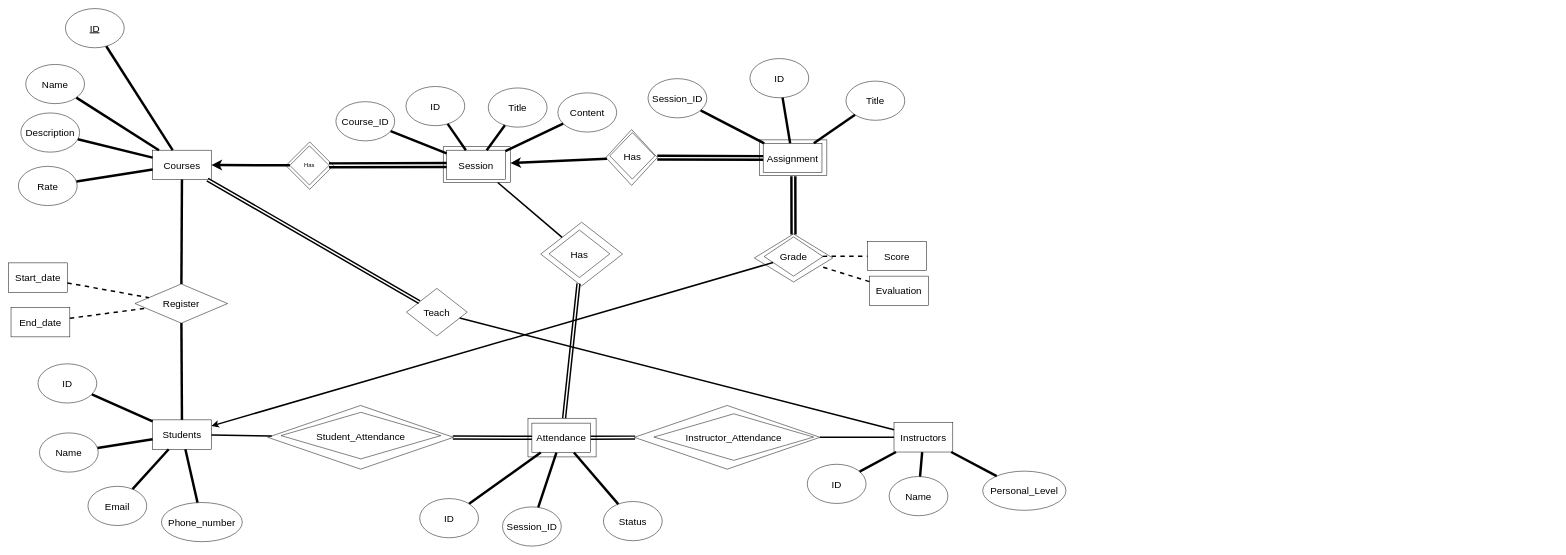
SadNguyen2107/Training-Center-Management-System keeps this draw.io diagram as design.drawio. Above is the earlier version. Source tidied: cells renumbered, new cells numbered last; positions are measured from the earlier drawing's top-left corner, leaving out a move shared by most shapes. Both pictures are drawn from the tidied source at 49%, with x=0, y=0 at pixel (8, 8).
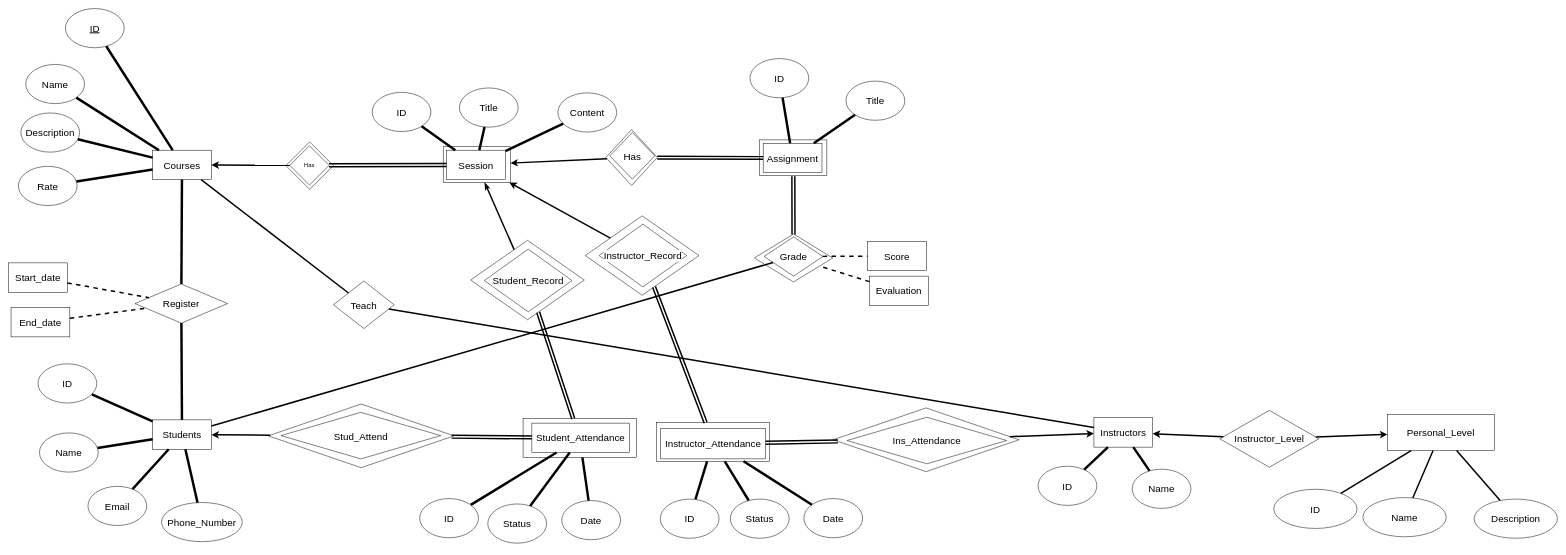
After the change.

Commit message (it also covers changes not shown here):
Split Attendance -> Instructor Attendance && Student Attendance

The change refers to these unchanged cells:
```xml
<mxCell id="25" value="Students" style="rounded=0;whiteSpace=wrap;labelBackgroundColor=#FFFFFF;fontSize=20;html=1;labelBorderColor=none;fillColor=none;strokeColor=#000000;fontColor=#000000;" parent="1" vertex="1">
  <mxGeometry x="294" y="839.4" width="120" height="60" as="geometry" />
</mxCell>
<mxCell id="40" value="Courses" style="rounded=0;whiteSpace=wrap;labelBackgroundColor=#FFFFFF;fontSize=20;html=1;labelBorderColor=none;fillColor=none;strokeColor=#000000;fontColor=#000000;" parent="1" vertex="1">
  <mxGeometry x="294" y="289" width="120" height="60" as="geometry" />
</mxCell>
<mxCell id="61" value="&lt;font color=&quot;#000000&quot;&gt;Has&lt;/font&gt;" style="rhombus;whiteSpace=wrap;html=1;fillColor=#FFFFFF;strokeColor=#000000;" parent="1" vertex="1">
  <mxGeometry x="574" y="280" width="80" height="80" as="geometry" />
</mxCell>
<mxCell id="63" value="Session" style="rounded=0;whiteSpace=wrap;labelBackgroundColor=#FFFFFF;fontSize=20;html=1;labelBorderColor=none;fillColor=none;strokeColor=#000000;fontColor=#000000;" parent="1" vertex="1">
  <mxGeometry x="894" y="289" width="120" height="60" as="geometry" />
</mxCell>
<mxCell id="65" style="rounded=0;whiteSpace=wrap;labelBackgroundColor=#FFFFFF;fontSize=20;html=1;labelBorderColor=none;fillColor=none;strokeColor=#000000;fontColor=#000000;" parent="1" vertex="1">
  <mxGeometry x="887" y="282" width="137" height="73" as="geometry" />
</mxCell>
<mxCell id="66" style="rhombus;whiteSpace=wrap;html=1;fillColor=none;strokeColor=#000000;" parent="1" vertex="1">
  <mxGeometry x="1219" y="247" width="105" height="114" as="geometry" />
</mxCell>
<mxCell id="69" value="Assignment" style="rounded=0;whiteSpace=wrap;labelBackgroundColor=#FFFFFF;fontSize=20;html=1;labelBorderColor=none;fillColor=none;strokeColor=#000000;fontColor=#000000;" parent="1" vertex="1">
  <mxGeometry x="1540" y="275" width="120" height="60" as="geometry" />
</mxCell>
<mxCell id="71" value="Grade" style="rhombus;whiteSpace=wrap;labelBackgroundColor=#FFFFFF;fontSize=20;html=1;labelBorderColor=none;fillColor=none;strokeColor=#000000;fontColor=#000000;" parent="1" vertex="1">
  <mxGeometry x="1542" y="466" width="120" height="80" as="geometry" />
</mxCell>
```

Change to the diagram source:
```diff
@@
-    <mxCell id="2" style="edgeStyle=none;endArrow=none;endFill=0;shape=link;fontColor=#000000;labelBackgroundColor=#FFFFFF;fontSize=20;html=1;labelBorderColor=none;strokeColor=#000000;strokeWidth=5;" parent="1" edge="1" source="61" target="63">
+    <mxCell id="2" style="edgeStyle=none;endArrow=none;endFill=0;shape=link;fontColor=#000000;labelBackgroundColor=#FFFFFF;fontSize=20;html=1;labelBorderColor=none;strokeColor=#000000;strokeWidth=3;" parent="1" edge="1" source="61" target="63">
       <mxGeometry relative="1" as="geometry" />
     </mxCell>
-    <mxCell id="3" style="edgeStyle=none;endArrow=none;endFill=0;fontColor=#000000;labelBackgroundColor=#FFFFFF;fontSize=20;html=1;labelBorderColor=none;strokeColor=#000000;strokeWidth=5;startArrow=classic;startFill=1;" parent="1" edge="1" source="40" target="61">
+    <mxCell id="3" style="edgeStyle=none;endArrow=none;endFill=0;fontColor=#000000;labelBackgroundColor=#FFFFFF;fontSize=20;html=1;labelBorderColor=none;strokeColor=#000000;strokeWidth=3;startArrow=classic;startFill=1;" parent="1" edge="1" source="40" target="61">
       <mxGeometry relative="1" as="geometry" />
     </mxCell>
-    <mxCell id="4" style="edgeStyle=none;endArrow=classic;endFill=1;fontColor=#000000;labelBackgroundColor=#FFFFFF;fontSize=20;html=1;labelBorderColor=none;strokeColor=#000000;strokeWidth=5;startArrow=none;startFill=0;" parent="1" edge="1" source="66" target="65">
+    <mxCell id="4" style="edgeStyle=none;endArrow=classic;endFill=1;fontColor=#000000;labelBackgroundColor=#FFFFFF;fontSize=20;html=1;labelBorderColor=none;strokeColor=#000000;strokeWidth=3;startArrow=none;startFill=0;" parent="1" edge="1" source="66" target="65">
       <mxGeometry relative="1" as="geometry" />
     </mxCell>
-    <mxCell id="5" style="edgeStyle=none;endArrow=none;endFill=0;shape=link;width=3.333333333333334;fontColor=#000000;labelBackgroundColor=#FFFFFF;fontSize=20;html=1;labelBorderColor=none;strokeColor=#000000;strokeWidth=5;" parent="1" edge="1" source="66" target="69">
+    <mxCell id="5" style="edgeStyle=none;endArrow=none;endFill=0;shape=link;width=3.333333333333334;fontColor=#000000;labelBackgroundColor=#FFFFFF;fontSize=20;html=1;labelBorderColor=none;strokeColor=#000000;strokeWidth=3;" parent="1" edge="1" source="66" target="69">
       <mxGeometry relative="1" as="geometry" />
     </mxCell>
@@
-    <mxCell id="8" style="edgeStyle=none;endArrow=none;endFill=0;fontColor=#000000;labelBackgroundColor=#FFFFFF;fontSize=20;html=1;labelBorderColor=none;strokeColor=#000000;strokeWidth=5;" parent="1" edge="1" source="9" target="69">
-      <mxGeometry relative="1" as="geometry" />
-    </mxCell>
-    <mxCell id="9" value="Session_ID" style="ellipse;whiteSpace=wrap;labelBackgroundColor=#FFFFFF;fontSize=20;html=1;labelBorderColor=none;fillColor=none;strokeColor=#000000;fontColor=#000000;" parent="1" vertex="1">
-      <mxGeometry x="1305" y="143" width="120" height="80" as="geometry" />
-    </mxCell>
@@
     <mxCell id="16" value="ID" style="ellipse;whiteSpace=wrap;labelBackgroundColor=#FFFFFF;fontSize=20;html=1;labelBorderColor=none;fillColor=none;strokeColor=#000000;fontColor=#000000;" parent="1" vertex="1">
-      <mxGeometry x="811" y="159" width="120" height="80" as="geometry" />
+      <mxGeometry x="742" y="171" width="120" height="80" as="geometry" />
     </mxCell>
@@
-    <mxCell id="19" style="edgeStyle=none;endArrow=none;endFill=0;fontColor=#000000;labelBackgroundColor=#FFFFFF;fontSize=20;html=1;labelBorderColor=none;strokeColor=#000000;strokeWidth=5;" parent="1" edge="1" source="20" target="63">
-      <mxGeometry relative="1" as="geometry" />
-    </mxCell>
-    <mxCell id="20" value="Course_ID" style="ellipse;whiteSpace=wrap;labelBackgroundColor=#FFFFFF;fontSize=20;html=1;labelBorderColor=none;fillColor=none;strokeColor=#000000;fontColor=#000000;" parent="1" vertex="1">
-      <mxGeometry x="668" y="190" width="120" height="80" as="geometry" />
-    </mxCell>
@@
     <mxCell id="22" value="Title" style="ellipse;whiteSpace=wrap;labelBackgroundColor=#FFFFFF;fontSize=20;html=1;labelBorderColor=none;fillColor=none;strokeColor=#000000;fontColor=#000000;" parent="1" vertex="1">
-      <mxGeometry x="979" y="162" width="120" height="80" as="geometry" />
+      <mxGeometry x="920" y="162" width="120" height="80" as="geometry" />
     </mxCell>
-    <mxCell id="23" style="edgeStyle=none;html=1;strokeColor=#000000;strokeWidth=3;fontColor=#000000;startArrow=classic;startFill=1;endArrow=none;endFill=0;" parent="1" edge="1" source="25" target="71">
+    <mxCell id="23" style="edgeStyle=none;html=1;strokeColor=#000000;strokeWidth=3;fontColor=#000000;startArrow=none;startFill=0;endArrow=none;endFill=0;" parent="1" edge="1" source="25" target="71">
       <mxGeometry relative="1" as="geometry" />
     </mxCell>
-    <mxCell id="24" style="edgeStyle=none;html=1;strokeColor=#000000;strokeWidth=3;fontColor=#000000;startArrow=none;startFill=0;endArrow=none;endFill=0;" parent="1" edge="1" source="25" target="88">
+    <mxCell id="24" style="edgeStyle=none;html=1;strokeColor=#000000;strokeWidth=3;fontColor=#000000;startArrow=classic;startFill=1;endArrow=none;endFill=0;" parent="1" edge="1" source="25" target="88">
       <mxGeometry relative="1" as="geometry" />
     </mxCell>
@@
-    <mxCell id="33" value="Phone_number" style="ellipse;whiteSpace=wrap;labelBackgroundColor=#FFFFFF;fontSize=20;html=1;labelBorderColor=none;fillColor=none;strokeColor=#000000;fontColor=#000000;" parent="1" vertex="1">
+    <mxCell id="33" value="Phone_Number" style="ellipse;whiteSpace=wrap;labelBackgroundColor=#FFFFFF;fontSize=20;html=1;labelBorderColor=none;fillColor=none;strokeColor=#000000;fontColor=#000000;" parent="1" vertex="1">
       <mxGeometry x="312" y="1008" width="165" height="80" as="geometry" />
     </mxCell>
@@
-    <mxCell id="35" value="Session_ID" style="ellipse;whiteSpace=wrap;labelBackgroundColor=#FFFFFF;fontSize=20;html=1;labelBorderColor=none;fillColor=none;strokeColor=#000000;fontColor=#000000;" parent="1" vertex="1">
-      <mxGeometry x="1008" y="1017" width="120" height="80" as="geometry" />
-    </mxCell>
@@
-    <mxCell id="37" style="edgeStyle=none;endArrow=none;endFill=0;fontColor=#000000;labelBackgroundColor=#FFFFFF;fontSize=20;html=1;labelBorderColor=none;strokeColor=#000000;strokeWidth=5;" parent="1" edge="1" source="35" target="76">
-      <mxGeometry relative="1" as="geometry" />
-    </mxCell>
@@
     <mxCell id="39" value="Status" style="ellipse;whiteSpace=wrap;labelBackgroundColor=#FFFFFF;fontSize=20;html=1;labelBorderColor=none;fillColor=none;strokeColor=#000000;fontColor=#000000;" parent="1" vertex="1">
-      <mxGeometry x="1214" y="1006" width="120" height="80" as="geometry" />
+      <mxGeometry x="978" y="1011" width="120" height="80" as="geometry" />
     </mxCell>
@@
+    <mxCell id="91" style="edgeStyle=none;html=1;strokeColor=#000000;strokeWidth=3;startArrow=classic;startFill=1;endArrow=none;endFill=0;" parent="1" edge="1" source="50" target="109">
+      <mxGeometry relative="1" as="geometry" />
+    </mxCell>
     <mxCell id="50" value="Instructors" style="rounded=0;whiteSpace=wrap;labelBackgroundColor=#FFFFFF;fontSize=20;html=1;labelBorderColor=none;fillColor=none;strokeColor=#000000;fontColor=#000000;" parent="1" vertex="1">
-      <mxGeometry x="1807" y="845" width="120" height="60" as="geometry" />
+      <mxGeometry x="2215" y="835" width="120" height="60" as="geometry" />
     </mxCell>
@@
     <mxCell id="52" value="ID" style="ellipse;whiteSpace=wrap;labelBackgroundColor=#FFFFFF;fontSize=20;html=1;labelBorderColor=none;fillColor=none;strokeColor=#000000;fontColor=#000000;" parent="1" vertex="1">
-      <mxGeometry x="1630" y="930" width="120" height="80" as="geometry" />
+      <mxGeometry x="2101" y="934" width="120" height="80" as="geometry" />
     </mxCell>
@@
     <mxCell id="54" value="Name" style="ellipse;whiteSpace=wrap;labelBackgroundColor=#FFFFFF;fontSize=20;html=1;labelBorderColor=none;fillColor=none;strokeColor=#000000;fontColor=#000000;" parent="1" vertex="1">
-      <mxGeometry x="1797" y="955" width="120" height="80" as="geometry" />
+      <mxGeometry x="2293" y="940" width="120" height="80" as="geometry" />
     </mxCell>
-    <mxCell id="55" style="edgeStyle=none;endArrow=none;endFill=0;fontColor=#000000;labelBackgroundColor=#FFFFFF;fontSize=20;html=1;labelBorderColor=none;strokeColor=#000000;strokeWidth=5;" parent="1" edge="1" source="56" target="50">
+    <mxCell id="55" style="edgeStyle=none;endArrow=none;endFill=0;fontColor=#000000;labelBackgroundColor=#FFFFFF;fontSize=20;html=1;labelBorderColor=none;strokeColor=#000000;strokeWidth=3;" parent="1" edge="1" source="56" target="107">
       <mxGeometry relative="1" as="geometry" />
     </mxCell>
-    <mxCell id="56" value="Personal_Level" style="ellipse;whiteSpace=wrap;labelBackgroundColor=#FFFFFF;fontSize=20;html=1;labelBorderColor=none;fillColor=none;strokeColor=#000000;fontColor=#000000;" parent="1" vertex="1">
-      <mxGeometry x="1988" y="944" width="170" height="80" as="geometry" />
+    <mxCell id="56" value="ID" style="ellipse;whiteSpace=wrap;labelBackgroundColor=#FFFFFF;fontSize=20;html=1;labelBorderColor=none;fillColor=none;strokeColor=#000000;fontColor=#000000;" parent="1" vertex="1">
+      <mxGeometry x="2582" y="981" width="170" height="80" as="geometry" />
     </mxCell>
@@
-    <mxCell id="64" style="edgeStyle=none;html=1;strokeColor=#000000;strokeWidth=3;fontColor=#000000;startArrow=none;startFill=0;endArrow=none;endFill=0;" parent="1" edge="1" source="65" target="90">
+    <mxCell id="64" style="edgeStyle=none;html=1;strokeColor=#000000;strokeWidth=3;fontColor=#000000;startArrow=classicThin;startFill=1;endArrow=none;endFill=0;" parent="1" edge="1" source="65" target="90">
       <mxGeometry relative="1" as="geometry" />
     </mxCell>
@@
-    <mxCell id="73" style="edgeStyle=none;html=1;startArrow=classic;startFill=1;shape=link;strokeWidth=5;strokeColor=#000000;" parent="1" edge="1">
+    <mxCell id="73" style="edgeStyle=none;html=1;startArrow=classic;startFill=1;shape=link;strokeWidth=3;strokeColor=#000000;" parent="1" edge="1">
       <mxGeometry relative="1" as="geometry">
         <mxPoint x="1601.9" y="461.1" as="sourcePoint" />
         <mxPoint x="1601.6" y="342" as="targetPoint" />
       </mxGeometry>
     </mxCell>
@@
-    <mxCell id="75" style="edgeStyle=none;html=1;strokeColor=#000000;strokeWidth=3;fontColor=#000000;startArrow=none;startFill=0;endArrow=none;endFill=0;shape=link;" parent="1" edge="1" source="76" target="89">
-      <mxGeometry relative="1" as="geometry" />
-    </mxCell>
-    <mxCell id="76" value="Attendance" style="rounded=0;whiteSpace=wrap;labelBackgroundColor=#FFFFFF;fontSize=20;html=1;labelBorderColor=none;fillColor=none;strokeColor=#000000;fontColor=#000000;" parent="1" vertex="1">
-      <mxGeometry x="1068" y="846" width="120" height="60" as="geometry" />
+    <mxCell id="76" value="Student_Attendance" style="rounded=0;whiteSpace=wrap;labelBackgroundColor=#FFFFFF;fontSize=20;html=1;labelBorderColor=none;fillColor=none;strokeColor=#000000;fontColor=#000000;" parent="1" vertex="1">
+      <mxGeometry x="1068" y="846" width="199" height="60" as="geometry" />
     </mxCell>
@@
-    <mxCell id="78" value="Student_Attendance" style="rhombus;whiteSpace=wrap;labelBackgroundColor=#FFFFFF;fontSize=20;html=1;labelBorderColor=none;fillColor=none;strokeColor=#000000;fontColor=#000000;" parent="1" vertex="1">
+    <mxCell id="78" value="Stud_Attend" style="rhombus;whiteSpace=wrap;labelBackgroundColor=#FFFFFF;fontSize=20;html=1;labelBorderColor=none;fillColor=none;strokeColor=#000000;fontColor=#000000;" parent="1" vertex="1">
       <mxGeometry x="556" y="824" width="326" height="95" as="geometry" />
     </mxCell>
-    <mxCell id="79" style="edgeStyle=none;html=1;strokeColor=#000000;strokeWidth=3;fontColor=#000000;startArrow=none;startFill=0;endArrow=none;endFill=0;" parent="1" edge="1" source="89" target="50">
+    <mxCell id="79" style="edgeStyle=none;html=1;strokeColor=#000000;strokeWidth=3;fontColor=#000000;startArrow=none;startFill=0;endArrow=classic;endFill=1;" parent="1" edge="1" source="89" target="50">
       <mxGeometry relative="1" as="geometry" />
     </mxCell>
-    <mxCell id="80" value="Instructor_Attendance" style="rhombus;whiteSpace=wrap;labelBackgroundColor=#FFFFFF;fontSize=20;html=1;labelBorderColor=none;fillColor=none;strokeColor=#000000;fontColor=#000000;" parent="1" vertex="1">
-      <mxGeometry x="1317" y="827" width="326" height="95" as="geometry" />
+    <mxCell id="80" value="Ins_Attendance" style="rhombus;whiteSpace=wrap;labelBackgroundColor=#FFFFFF;fontSize=20;html=1;labelBorderColor=none;fillColor=none;strokeColor=#000000;fontColor=#000000;" parent="1" vertex="1">
+      <mxGeometry x="1711" y="834" width="326" height="95" as="geometry" />
     </mxCell>
@@
-    <mxCell id="82" value="Has" style="rhombus;whiteSpace=wrap;labelBackgroundColor=#FFFFFF;fontSize=20;html=1;labelBorderColor=none;fillColor=none;strokeColor=#000000;fontColor=#000000;" parent="1" vertex="1">
-      <mxGeometry x="1103" y="452" width="124" height="97" as="geometry" />
+    <mxCell id="82" value="Student_Record" style="rhombus;whiteSpace=wrap;labelBackgroundColor=#FFFFFF;fontSize=20;html=1;labelBorderColor=none;fillColor=none;strokeColor=#000000;fontColor=#000000;" parent="1" vertex="1">
+      <mxGeometry x="971" y="491" width="179" height="128" as="geometry" />
     </mxCell>
     <mxCell id="83" style="rounded=0;whiteSpace=wrap;labelBackgroundColor=#FFFFFF;fontSize=20;html=1;labelBorderColor=none;fillColor=none;strokeColor=#000000;fontColor=#000000;" parent="1" vertex="1">
-      <mxGeometry x="1060" y="836" width="139" height="79" as="geometry" />
+      <mxGeometry x="1050" y="837" width="231" height="79" as="geometry" />
     </mxCell>
@@
-    <mxCell id="86" style="edgeStyle=none;html=1;strokeColor=#000000;strokeWidth=3;fontColor=#000000;startArrow=none;startFill=0;endArrow=none;endFill=0;shape=link;" parent="1" edge="1" source="87" target="40">
+    <mxCell id="86" style="edgeStyle=none;html=1;strokeColor=#000000;strokeWidth=3;fontColor=#000000;startArrow=none;startFill=0;endArrow=none;endFill=0;" parent="1" edge="1" source="87" target="40">
       <mxGeometry relative="1" as="geometry" />
     </mxCell>
     <mxCell id="87" value="Teach" style="rhombus;whiteSpace=wrap;labelBackgroundColor=#FFFFFF;fontSize=20;html=1;labelBorderColor=none;fillColor=none;strokeColor=#000000;fontColor=#000000;" parent="1" vertex="1">
-      <mxGeometry x="812" y="571" width="124" height="97" as="geometry" />
+      <mxGeometry x="663" y="556" width="124" height="97" as="geometry" />
     </mxCell>
     <mxCell id="88" style="rhombus;whiteSpace=wrap;labelBackgroundColor=#FFFFFF;fontSize=20;html=1;labelBorderColor=none;fillColor=none;strokeColor=#000000;fontColor=#000000;" parent="1" vertex="1">
-      <mxGeometry x="529" y="810" width="379" height="130" as="geometry" />
+      <mxGeometry x="530" y="807" width="379" height="130" as="geometry" />
     </mxCell>
+    <mxCell id="92" style="edgeStyle=none;shape=link;html=1;strokeColor=#000000;strokeWidth=3;startArrow=none;startFill=0;endArrow=classic;endFill=1;" parent="1" edge="1" source="89" target="93">
+      <mxGeometry relative="1" as="geometry" />
+    </mxCell>
     <mxCell id="89" style="rhombus;whiteSpace=wrap;labelBackgroundColor=#FFFFFF;fontSize=20;html=1;labelBorderColor=none;fillColor=none;strokeColor=#000000;fontColor=#000000;" parent="1" vertex="1">
-      <mxGeometry x="1277" y="810" width="379" height="130" as="geometry" />
+      <mxGeometry x="1683" y="815" width="379" height="130" as="geometry" />
     </mxCell>
     <mxCell id="90" style="rhombus;whiteSpace=wrap;labelBackgroundColor=#FFFFFF;fontSize=20;html=1;labelBorderColor=none;fillColor=none;strokeColor=#000000;fontColor=#000000;" parent="1" vertex="1">
-      <mxGeometry x="1086" y="436" width="167" height="130" as="geometry" />
+      <mxGeometry x="943" y="473" width="232" height="162" as="geometry" />
     </mxCell>
+    <mxCell id="93" value="Instructor_Attendance" style="rounded=0;whiteSpace=wrap;labelBackgroundColor=#FFFFFF;fontSize=20;html=1;labelBorderColor=none;fillColor=none;strokeColor=#000000;fontColor=#000000;" parent="1" vertex="1">
+      <mxGeometry x="1331" y="857" width="214" height="62" as="geometry" />
+    </mxCell>
+    <mxCell id="94" style="rounded=0;whiteSpace=wrap;labelBackgroundColor=#FFFFFF;fontSize=20;html=1;labelBorderColor=none;fillColor=none;strokeColor=#000000;fontColor=#000000;" parent="1" vertex="1">
+      <mxGeometry x="1322" y="845" width="231" height="79" as="geometry" />
+    </mxCell>
+    <mxCell id="95" style="edgeStyle=none;shape=link;html=1;strokeColor=#000000;strokeWidth=3;startArrow=none;startFill=0;endArrow=classic;endFill=1;" parent="1" edge="1" source="97" target="94">
+      <mxGeometry relative="1" as="geometry" />
+    </mxCell>
+    <mxCell id="96" style="edgeStyle=none;html=1;strokeColor=#000000;strokeWidth=3;startArrow=none;startFill=0;endArrow=classic;endFill=1;" parent="1" edge="1" source="97" target="65">
+      <mxGeometry relative="1" as="geometry" />
+    </mxCell>
+    <mxCell id="97" style="rhombus;whiteSpace=wrap;labelBackgroundColor=#FFFFFF;fontSize=20;html=1;labelBorderColor=none;fillColor=none;strokeColor=#000000;fontColor=#000000;" parent="1" vertex="1">
+      <mxGeometry x="1177" y="423" width="232" height="162" as="geometry" />
+    </mxCell>
+    <mxCell id="98" value="Instructor_Record" style="rhombus;whiteSpace=wrap;labelBackgroundColor=#FFFFFF;fontSize=20;html=1;labelBorderColor=none;fillColor=none;strokeColor=#000000;fontColor=#000000;" parent="1" vertex="1">
+      <mxGeometry x="1205" y="440" width="179" height="128" as="geometry" />
+    </mxCell>
+    <mxCell id="99" style="edgeStyle=none;html=1;strokeColor=#000000;strokeWidth=5;startArrow=none;startFill=0;endArrow=none;endFill=0;" parent="1" edge="1" source="100" target="83">
+      <mxGeometry relative="1" as="geometry" />
+    </mxCell>
+    <mxCell id="100" value="Date" style="ellipse;whiteSpace=wrap;labelBackgroundColor=#FFFFFF;fontSize=20;html=1;labelBorderColor=none;fillColor=none;strokeColor=#000000;fontColor=#000000;" parent="1" vertex="1">
+      <mxGeometry x="1129" y="1004" width="120" height="80" as="geometry" />
+    </mxCell>
+    <mxCell id="101" style="edgeStyle=none;html=1;strokeColor=#000000;strokeWidth=5;startArrow=none;startFill=0;endArrow=none;endFill=0;" parent="1" edge="1" source="102" target="94">
+      <mxGeometry relative="1" as="geometry" />
+    </mxCell>
+    <mxCell id="102" value="ID" style="ellipse;whiteSpace=wrap;labelBackgroundColor=#FFFFFF;fontSize=20;html=1;labelBorderColor=none;fillColor=none;strokeColor=#000000;fontColor=#000000;" parent="1" vertex="1">
+      <mxGeometry x="1330" y="1001" width="120" height="80" as="geometry" />
+    </mxCell>
+    <mxCell id="103" style="edgeStyle=none;html=1;strokeColor=#000000;strokeWidth=5;startArrow=none;startFill=0;endArrow=none;endFill=0;" parent="1" edge="1" source="104" target="94">
+      <mxGeometry relative="1" as="geometry" />
+    </mxCell>
+    <mxCell id="104" value="Status" style="ellipse;whiteSpace=wrap;labelBackgroundColor=#FFFFFF;fontSize=20;html=1;labelBorderColor=none;fillColor=none;strokeColor=#000000;fontColor=#000000;" parent="1" vertex="1">
+      <mxGeometry x="1473" y="1001" width="120" height="80" as="geometry" />
+    </mxCell>
+    <mxCell id="105" style="edgeStyle=none;html=1;strokeColor=#000000;strokeWidth=5;startArrow=none;startFill=0;endArrow=none;endFill=0;" parent="1" edge="1" source="106" target="94">
+      <mxGeometry relative="1" as="geometry" />
+    </mxCell>
+    <mxCell id="106" value="Date" style="ellipse;whiteSpace=wrap;labelBackgroundColor=#FFFFFF;fontSize=20;html=1;labelBorderColor=none;fillColor=none;strokeColor=#000000;fontColor=#000000;" parent="1" vertex="1">
+      <mxGeometry x="1623" y="1000" width="120" height="80" as="geometry" />
+    </mxCell>
+    <mxCell id="107" value="Personal_Level" style="rounded=0;whiteSpace=wrap;labelBackgroundColor=#FFFFFF;fontSize=20;html=1;labelBorderColor=none;fillColor=none;strokeColor=#000000;fontColor=#000000;" parent="1" vertex="1">
+      <mxGeometry x="2814" y="828" width="218" height="74" as="geometry" />
+    </mxCell>
+    <mxCell id="108" style="edgeStyle=none;html=1;strokeColor=#000000;strokeWidth=3;startArrow=none;startFill=0;endArrow=classic;endFill=1;" parent="1" edge="1" source="109" target="107">
+      <mxGeometry relative="1" as="geometry" />
+    </mxCell>
+    <mxCell id="109" value="Instructor_Level" style="rhombus;whiteSpace=wrap;labelBackgroundColor=#FFFFFF;fontSize=20;html=1;labelBorderColor=none;fillColor=none;strokeColor=#000000;fontColor=#000000;" parent="1" vertex="1">
+      <mxGeometry x="2472" y="820" width="202" height="116" as="geometry" />
+    </mxCell>
+    <mxCell id="110" style="edgeStyle=none;html=1;strokeColor=#000000;strokeWidth=3;startArrow=none;startFill=0;endArrow=none;endFill=0;" parent="1" edge="1" source="111" target="107">
+      <mxGeometry relative="1" as="geometry" />
+    </mxCell>
+    <mxCell id="111" value="Name" style="ellipse;whiteSpace=wrap;labelBackgroundColor=#FFFFFF;fontSize=20;html=1;labelBorderColor=none;fillColor=none;strokeColor=#000000;fontColor=#000000;" parent="1" vertex="1">
+      <mxGeometry x="2764" y="998" width="170" height="80" as="geometry" />
+    </mxCell>
+    <mxCell id="112" style="edgeStyle=none;html=1;strokeColor=#000000;strokeWidth=3;startArrow=none;startFill=0;endArrow=none;endFill=0;" parent="1" edge="1" source="113" target="107">
+      <mxGeometry relative="1" as="geometry" />
+    </mxCell>
+    <mxCell id="113" value="Description" style="ellipse;whiteSpace=wrap;labelBackgroundColor=#FFFFFF;fontSize=20;html=1;labelBorderColor=none;fillColor=none;strokeColor=#000000;fontColor=#000000;" parent="1" vertex="1">
+      <mxGeometry x="2991" y="1001" width="170" height="80" as="geometry" />
+    </mxCell>
```
